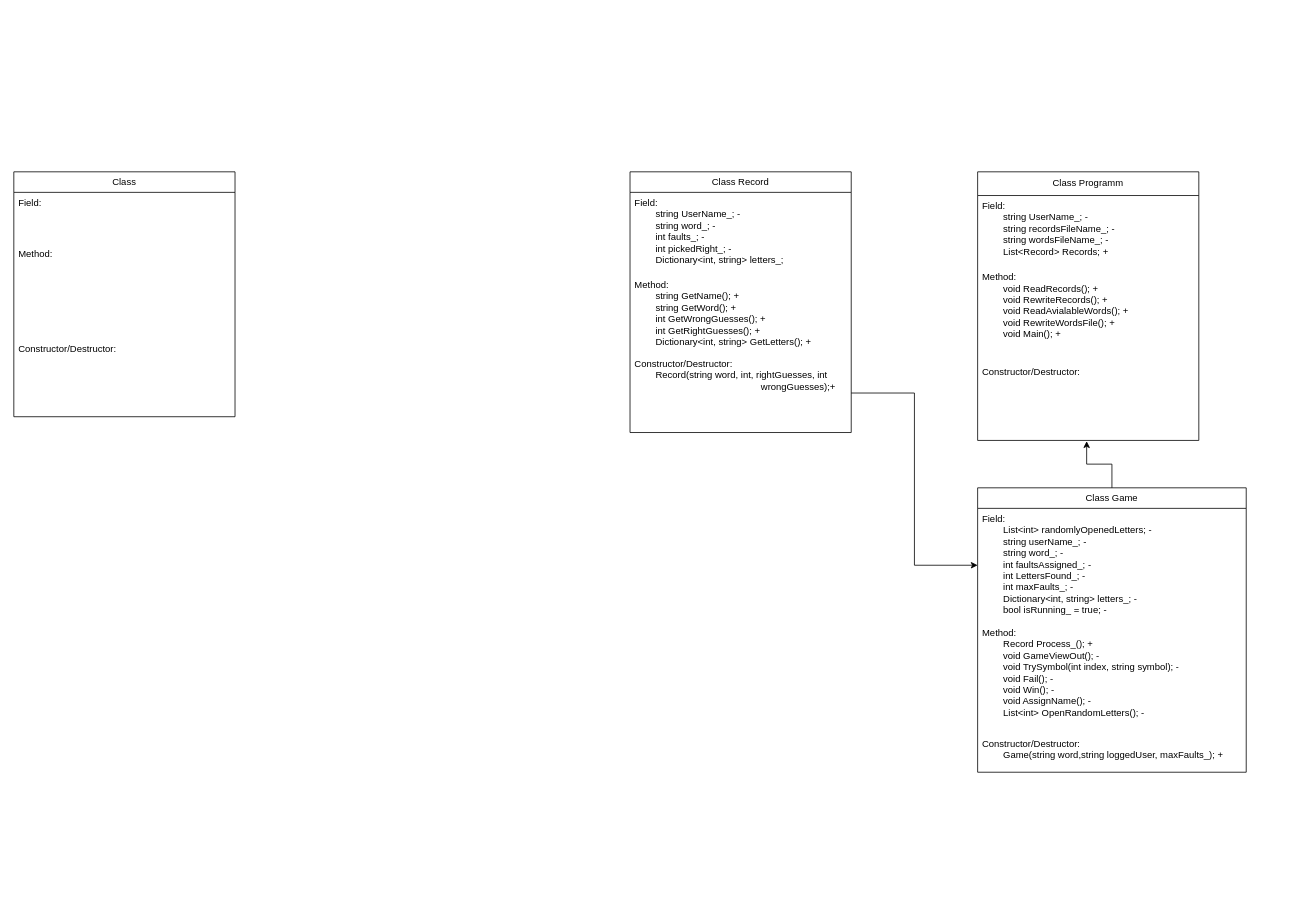
Earlier version of the draw.io diagram Hanged Man UML.drawio (RiftSquadronFounder/Hanged-Man). Source tidied: cells renumbered, new cells numbered last; positions are measured from the earlier drawing's top-left corner, leaving out a move shared by most shapes. Both pictures are drawn from the tidied source at 79%, with x=0, y=0 at pixel (13, 171).
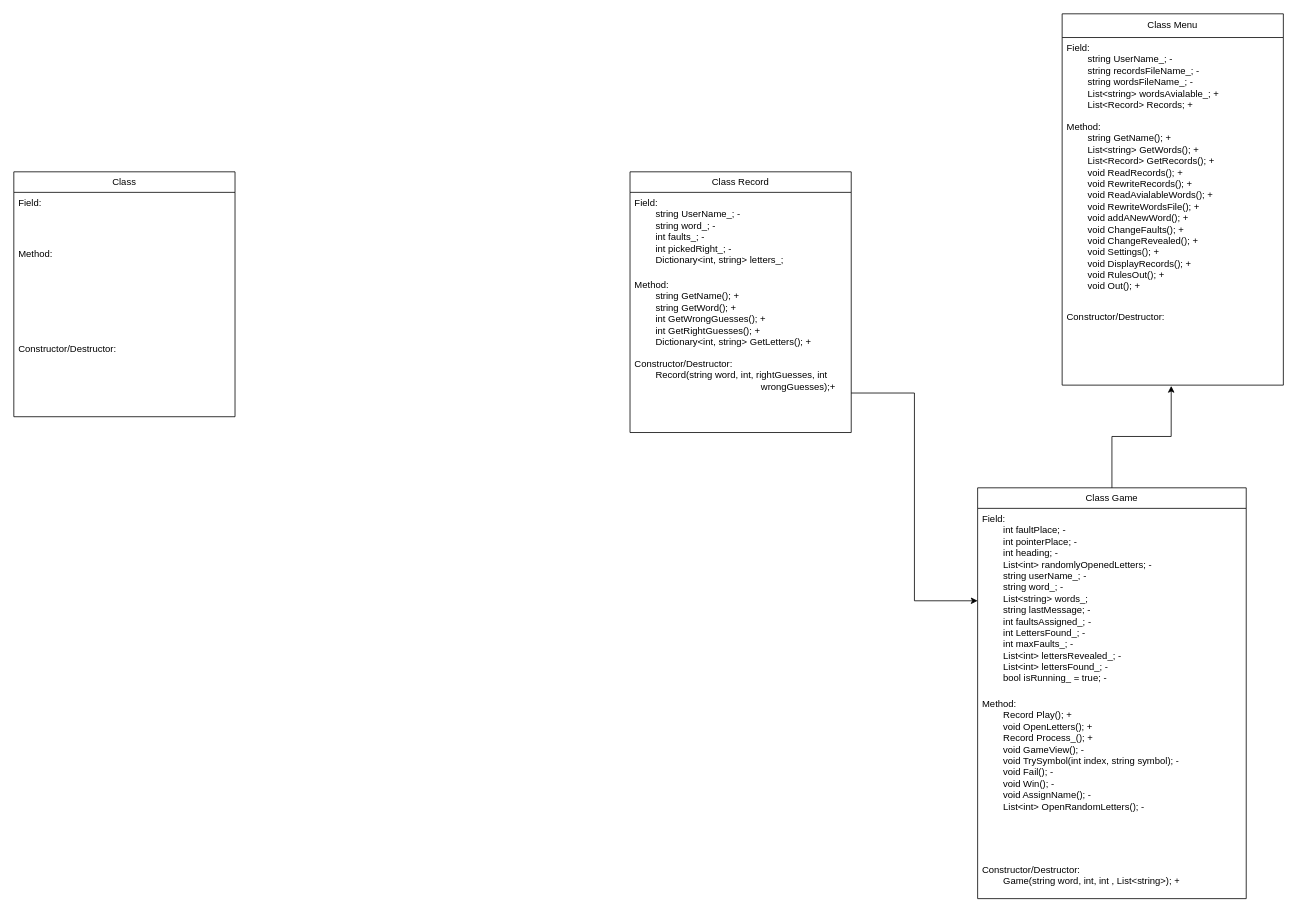
Above is the later version.

Change to the diagram source:
```diff
@@
 <mxGraphModel>
   <root>
     <mxCell id="0" />
     <mxCell id="1" parent="0" />
     <mxCell id="2" value="Class" style="swimlane;fontStyle=0;horizontal=1;startSize=26;fillColor=none;whiteSpace=wrap;html=1;" parent="1" vertex="1">
       <mxGeometry width="280" height="310" as="geometry" />
     </mxCell>
     <mxCell id="3" value="Field:&amp;nbsp;" style="text;strokeColor=none;fillColor=none;align=left;verticalAlign=top;spacingLeft=4;spacingRight=4;overflow=hidden;whiteSpace=wrap;html=1;" parent="2" vertex="1">
       <mxGeometry y="26" width="280" height="64" as="geometry" />
     </mxCell>
     <mxCell id="4" value="Method:" style="text;strokeColor=none;fillColor=none;align=left;verticalAlign=top;spacingLeft=4;spacingRight=4;overflow=hidden;whiteSpace=wrap;html=1;" parent="2" vertex="1">
       <mxGeometry y="90" width="280" height="120" as="geometry" />
     </mxCell>
     <mxCell id="5" value="Constructor/Destructor:" style="text;strokeColor=none;fillColor=none;align=left;verticalAlign=top;spacingLeft=4;spacingRight=4;overflow=hidden;whiteSpace=wrap;html=1;" parent="2" vertex="1">
       <mxGeometry y="210" width="280" height="100" as="geometry" />
     </mxCell>
-    <mxCell id="6" value="Class Programm" style="swimlane;fontStyle=0;horizontal=1;startSize=30;fillColor=none;whiteSpace=wrap;html=1;" parent="1" vertex="1">
-      <mxGeometry x="1220" width="280" height="340" as="geometry" />
+    <mxCell id="6" value="Class Menu" style="swimlane;fontStyle=0;horizontal=1;startSize=30;fillColor=none;whiteSpace=wrap;html=1;" parent="1" vertex="1">
+      <mxGeometry x="1327" y="-200" width="280" height="470" as="geometry" />
     </mxCell>
-    <mxCell id="7" value="Field:&amp;nbsp;&lt;div&gt;&lt;span style=&quot;white-space: pre;&quot;&gt;&#9;&lt;/span&gt;string UserName_; -&lt;br&gt;&lt;/div&gt;&lt;div&gt;&lt;span style=&quot;white-space: pre;&quot;&gt;&#9;&lt;/span&gt;string recordsFileName_; -&lt;/div&gt;&lt;div&gt;&lt;span style=&quot;white-space: pre;&quot;&gt;&#9;&lt;/span&gt;string wordsFileName_; -&lt;br&gt;&lt;/div&gt;&lt;div&gt;&lt;span style=&quot;white-space: pre;&quot;&gt;&#9;&lt;/span&gt;List&amp;lt;Record&amp;gt; Records; +&lt;br&gt;&lt;/div&gt;&lt;div&gt;&lt;span style=&quot;white-space: pre;&quot;&gt;&#9;&lt;/span&gt;&lt;br&gt;&lt;/div&gt;" style="text;strokeColor=none;fillColor=none;align=left;verticalAlign=top;spacingLeft=4;spacingRight=4;overflow=hidden;whiteSpace=wrap;html=1;" parent="6" vertex="1">
-      <mxGeometry y="30" width="280" height="90" as="geometry" />
+    <mxCell id="7" value="Field:&amp;nbsp;&lt;div&gt;&lt;span style=&quot;white-space: pre;&quot;&gt;&#9;&lt;/span&gt;&lt;span style=&quot;background-color: transparent; color: light-dark(rgb(0, 0, 0), rgb(255, 255, 255));&quot;&gt;string UserName_; -&lt;/span&gt;&lt;/div&gt;&lt;div&gt;&lt;span style=&quot;white-space: pre;&quot;&gt;&#9;&lt;/span&gt;string recordsFileName_; -&lt;/div&gt;&lt;div&gt;&lt;span style=&quot;white-space: pre;&quot;&gt;&#9;&lt;/span&gt;string wordsFileName_; -&lt;br&gt;&lt;/div&gt;&lt;div&gt;&lt;span style=&quot;white-space: pre;&quot;&gt;&#9;&lt;/span&gt;List&amp;lt;string&amp;gt; wordsAvialable_; +&lt;br&gt;&lt;/div&gt;&lt;div&gt;&lt;span style=&quot;white-space: pre;&quot;&gt;&#9;&lt;/span&gt;List&amp;lt;Record&amp;gt; Records; +&lt;/div&gt;&lt;div&gt;&lt;span style=&quot;white-space: pre;&quot;&gt;&#9;&lt;/span&gt;&lt;br&gt;&lt;/div&gt;" style="text;strokeColor=none;fillColor=none;align=left;verticalAlign=top;spacingLeft=4;spacingRight=4;overflow=hidden;whiteSpace=wrap;html=1;" parent="6" vertex="1">
+      <mxGeometry y="30" width="280" height="100" as="geometry" />
     </mxCell>
-    <mxCell id="8" value="Method:&lt;div&gt;&lt;div&gt;&lt;div&gt;&lt;span style=&quot;white-space: pre;&quot;&gt;&#9;&lt;/span&gt;&lt;span style=&quot;background-color: transparent; color: light-dark(rgb(0, 0, 0), rgb(255, 255, 255));&quot;&gt;void ReadRecords(); +&lt;/span&gt;&lt;br&gt;&lt;/div&gt;&lt;div&gt;&lt;span style=&quot;white-space: pre;&quot;&gt;&#9;&lt;/span&gt;void RewriteRecords(); +&lt;br&gt;&lt;div&gt;&lt;span style=&quot;white-space: pre;&quot;&gt;&#9;&lt;/span&gt;void ReadAvialableWords(); +&lt;br&gt;&lt;/div&gt;&lt;div&gt;&lt;span style=&quot;white-space: pre;&quot;&gt;&#9;&lt;/span&gt;void RewriteWordsFile(); +&lt;/div&gt;&lt;/div&gt;&lt;/div&gt;&lt;div&gt;&lt;span style=&quot;white-space: pre;&quot;&gt;&#9;&lt;/span&gt;void Main(); +&lt;br&gt;&lt;/div&gt;&lt;/div&gt;" style="text;strokeColor=none;fillColor=none;align=left;verticalAlign=top;spacingLeft=4;spacingRight=4;overflow=hidden;whiteSpace=wrap;html=1;" parent="6" vertex="1">
-      <mxGeometry y="120" width="280" height="120" as="geometry" />
+    <mxCell id="8" value="Method:&lt;div&gt;&lt;span style=&quot;white-space: pre;&quot;&gt;&#9;&lt;/span&gt;string GetName(); +&lt;/div&gt;&lt;div&gt;&lt;span style=&quot;white-space: pre;&quot;&gt;&#9;&lt;/span&gt;List&amp;lt;string&amp;gt; GetWords(); +&lt;/div&gt;&lt;div&gt;&lt;span style=&quot;white-space: pre;&quot;&gt;&#9;&lt;/span&gt;List&amp;lt;Record&amp;gt; GetRecords(); +&lt;br&gt;&lt;div&gt;&lt;div&gt;&lt;div&gt;&lt;span style=&quot;white-space: pre;&quot;&gt;&#9;&lt;/span&gt;&lt;span style=&quot;background-color: transparent; color: light-dark(rgb(0, 0, 0), rgb(255, 255, 255));&quot;&gt;void ReadRecords(); +&lt;/span&gt;&lt;br&gt;&lt;/div&gt;&lt;div&gt;&lt;span style=&quot;white-space: pre;&quot;&gt;&#9;&lt;/span&gt;void RewriteRecords(); +&lt;br&gt;&lt;div&gt;&lt;span style=&quot;white-space: pre;&quot;&gt;&#9;&lt;/span&gt;void ReadAvialableWords(); +&lt;br&gt;&lt;/div&gt;&lt;div&gt;&lt;span style=&quot;white-space: pre;&quot;&gt;&#9;&lt;/span&gt;void RewriteWordsFile(); +&lt;/div&gt;&lt;/div&gt;&lt;/div&gt;&lt;div&gt;&lt;span style=&quot;white-space: pre;&quot;&gt;&#9;&lt;/span&gt;void addANewWord(); +&lt;br&gt;&lt;/div&gt;&lt;div&gt;&lt;span style=&quot;white-space: pre;&quot;&gt;&#9;&lt;/span&gt;void ChangeFaults(); +&lt;br&gt;&lt;/div&gt;&lt;div&gt;&lt;span style=&quot;white-space: pre;&quot;&gt;&#9;&lt;/span&gt;void ChangeRevealed(); +&lt;br&gt;&lt;/div&gt;&lt;div&gt;&lt;span style=&quot;white-space: pre;&quot;&gt;&#9;&lt;/span&gt;void Settings(); +&lt;br&gt;&lt;/div&gt;&lt;div&gt;&lt;span style=&quot;white-space: pre;&quot;&gt;&#9;&lt;/span&gt;void DisplayRecords(); +&lt;br&gt;&lt;/div&gt;&lt;div&gt;&lt;span style=&quot;white-space: pre;&quot;&gt;&#9;&lt;/span&gt;void RulesOut(); +&lt;span style=&quot;white-space: pre;&quot;&gt;&#9;&lt;/span&gt;&lt;br&gt;&lt;/div&gt;&lt;div&gt;&lt;span style=&quot;white-space: pre;&quot;&gt;&#9;&lt;/span&gt;void Out(); +&lt;br&gt;&lt;/div&gt;&lt;/div&gt;&lt;/div&gt;" style="text;strokeColor=none;fillColor=none;align=left;verticalAlign=top;spacingLeft=4;spacingRight=4;overflow=hidden;whiteSpace=wrap;html=1;" parent="6" vertex="1">
+      <mxGeometry y="130" width="280" height="240" as="geometry" />
     </mxCell>
     <mxCell id="9" value="Constructor/Destructor:" style="text;strokeColor=none;fillColor=none;align=left;verticalAlign=top;spacingLeft=4;spacingRight=4;overflow=hidden;points=[[0,0.5],[1,0.5]];portConstraint=eastwest;whiteSpace=wrap;html=1;" parent="6" vertex="1">
-      <mxGeometry y="240" width="280" height="100" as="geometry" />
+      <mxGeometry y="370" width="280" height="100" as="geometry" />
     </mxCell>
     <mxCell id="10" value="Class Game" style="swimlane;fontStyle=0;horizontal=1;startSize=26;fillColor=none;whiteSpace=wrap;html=1;" parent="1" vertex="1">
-      <mxGeometry x="1220" y="400" width="340" height="360" as="geometry" />
+      <mxGeometry x="1220" y="400" width="340" height="520" as="geometry" />
     </mxCell>
-    <mxCell id="11" value="Field:&lt;div&gt;&lt;span style=&quot;white-space: pre;&quot;&gt;&#9;&lt;/span&gt;List&amp;lt;int&amp;gt; randomlyOpenedLetters; -&lt;br&gt;&lt;div&gt;&lt;span style=&quot;white-space: pre;&quot;&gt;&#9;&lt;/span&gt;string userName_; -&amp;nbsp;&lt;div&gt;&lt;span style=&quot;white-space: pre;&quot;&gt;&#9;&lt;/span&gt;string word_; -&lt;br&gt;&lt;/div&gt;&lt;div&gt;&lt;span style=&quot;white-space: pre;&quot;&gt;&#9;&lt;/span&gt;int faultsAssigned_; -&lt;br&gt;&lt;/div&gt;&lt;div&gt;&lt;span style=&quot;white-space: pre;&quot;&gt;&#9;&lt;/span&gt;int LettersFound_; -&lt;br&gt;&lt;/div&gt;&lt;div&gt;&lt;span style=&quot;white-space: pre;&quot;&gt;&#9;&lt;/span&gt;int maxFaults_; -&lt;/div&gt;&lt;/div&gt;&lt;div&gt;&lt;span style=&quot;white-space: pre;&quot;&gt;&#9;&lt;/span&gt;&lt;span style=&quot;background-color: transparent; color: light-dark(rgb(0, 0, 0), rgb(255, 255, 255));&quot;&gt;Dictionary&amp;lt;int, string&amp;gt; letters_; -&lt;/span&gt;&lt;br&gt;&lt;/div&gt;&lt;/div&gt;&lt;div&gt;&lt;span style=&quot;background-color: transparent; color: light-dark(rgb(0, 0, 0), rgb(255, 255, 255));&quot;&gt;&lt;span style=&quot;white-space: pre;&quot;&gt;&#9;&lt;/span&gt;bool isRunning_ = true; -&lt;br&gt;&lt;/span&gt;&lt;/div&gt;" style="text;strokeColor=none;fillColor=none;align=left;verticalAlign=top;spacingLeft=4;spacingRight=4;overflow=hidden;points=[[0,0.5],[1,0.5]];portConstraint=eastwest;whiteSpace=wrap;html=1;" parent="10" vertex="1">
-      <mxGeometry y="26" width="340" height="144" as="geometry" />
+    <mxCell id="11" value="Field:&lt;div&gt;&lt;span style=&quot;white-space: pre;&quot;&gt;&#9;&lt;/span&gt;int faultPlace; -&lt;/div&gt;&lt;div&gt;&lt;span style=&quot;white-space: pre;&quot;&gt;&#9;&lt;/span&gt;int pointerPlace; -&lt;br&gt;&lt;/div&gt;&lt;div&gt;&lt;span style=&quot;white-space: pre;&quot;&gt;&#9;&lt;/span&gt;int heading; -&lt;/div&gt;&lt;div&gt;&lt;div&gt;&lt;span style=&quot;white-space: pre;&quot;&gt;&#9;&lt;/span&gt;List&amp;lt;int&amp;gt; randomlyOpenedLetters; -&lt;div&gt;&lt;span style=&quot;white-space: pre;&quot;&gt;&#9;&lt;/span&gt;string userName_; -&amp;nbsp;&lt;div&gt;&lt;span style=&quot;white-space: pre;&quot;&gt;&#9;&lt;/span&gt;string word_; -&lt;br&gt;&lt;/div&gt;&lt;div&gt;&lt;span style=&quot;white-space: pre;&quot;&gt;&#9;&lt;/span&gt;List&amp;lt;string&amp;gt; words_;&lt;br&gt;&lt;/div&gt;&lt;div&gt;&lt;span style=&quot;white-space: pre;&quot;&gt;&#9;&lt;/span&gt;string lastMessage; -&lt;br&gt;&lt;/div&gt;&lt;div&gt;&lt;span style=&quot;white-space: pre;&quot;&gt;&#9;&lt;/span&gt;int faultsAssigned_; -&lt;br&gt;&lt;/div&gt;&lt;div&gt;&lt;span style=&quot;white-space: pre;&quot;&gt;&#9;&lt;/span&gt;int LettersFound_; -&lt;br&gt;&lt;/div&gt;&lt;div&gt;&lt;span style=&quot;white-space: pre;&quot;&gt;&#9;&lt;/span&gt;int maxFaults_; -&lt;/div&gt;&lt;/div&gt;&lt;div&gt;&lt;span style=&quot;white-space: pre;&quot;&gt;&#9;&lt;/span&gt;List&amp;lt;int&amp;gt; lettersRevealed_; -&lt;br&gt;&lt;/div&gt;&lt;div&gt;&lt;span style=&quot;white-space: pre;&quot;&gt;&#9;&lt;/span&gt;List&amp;lt;int&amp;gt; lettersFound_; -&lt;br&gt;&lt;/div&gt;&lt;/div&gt;&lt;div&gt;&lt;span style=&quot;background-color: transparent; color: light-dark(rgb(0, 0, 0), rgb(255, 255, 255));&quot;&gt;&lt;span style=&quot;white-space: pre;&quot;&gt;&#9;&lt;/span&gt;bool isRunning_ = true; -&lt;br&gt;&lt;/span&gt;&lt;/div&gt;&lt;/div&gt;" style="text;strokeColor=none;fillColor=none;align=left;verticalAlign=top;spacingLeft=4;spacingRight=4;overflow=hidden;points=[[0,0.5],[1,0.5]];portConstraint=eastwest;whiteSpace=wrap;html=1;" parent="10" vertex="1">
+      <mxGeometry y="26" width="340" height="234" as="geometry" />
     </mxCell>
-    <mxCell id="12" value="Method:&lt;div&gt;&lt;div&gt;&lt;span style=&quot;white-space: pre;&quot;&gt;&#9;&lt;/span&gt;Record Process_(); +&lt;br&gt;&lt;div&gt;&lt;span style=&quot;white-space: pre;&quot;&gt;&#9;&lt;/span&gt;void&amp;nbsp;GameViewOut(); -&lt;br&gt;&lt;/div&gt;&lt;div&gt;&lt;span style=&quot;white-space: pre;&quot;&gt;&#9;&lt;/span&gt;void TrySymbol(int index, string symbol); -&lt;br&gt;&lt;/div&gt;&lt;div&gt;&lt;span style=&quot;white-space: pre;&quot;&gt;&#9;&lt;/span&gt;void Fail(); -&lt;br&gt;&lt;/div&gt;&lt;div&gt;&lt;span style=&quot;white-space: pre;&quot;&gt;&#9;&lt;/span&gt;void Win(); -&lt;/div&gt;&lt;div&gt;&lt;span style=&quot;white-space: pre;&quot;&gt;&#9;&lt;/span&gt;void AssignName(); -&lt;br&gt;&lt;/div&gt;&lt;/div&gt;&lt;div&gt;&lt;span style=&quot;white-space: pre;&quot;&gt;&#9;&lt;/span&gt;List&amp;lt;int&amp;gt; OpenRandomLetters(); -&lt;br&gt;&lt;/div&gt;&lt;/div&gt;" style="text;strokeColor=none;fillColor=none;align=left;verticalAlign=top;spacingLeft=4;spacingRight=4;overflow=hidden;whiteSpace=wrap;html=1;" parent="10" vertex="1">
-      <mxGeometry y="170" width="340" height="140" as="geometry" />
+    <mxCell id="12" value="Method:&lt;div&gt;&lt;span style=&quot;white-space: pre;&quot;&gt;&#9;&lt;/span&gt;Record Play(); +&lt;/div&gt;&lt;div&gt;&lt;span style=&quot;white-space: pre;&quot;&gt;&#9;&lt;/span&gt;void OpenLetters(); +&lt;/div&gt;&lt;div&gt;&lt;div&gt;&lt;div&gt;&lt;span style=&quot;white-space: pre;&quot;&gt;&#9;&lt;/span&gt;Record Process_(); +&lt;br&gt;&lt;div&gt;&lt;span style=&quot;white-space: pre;&quot;&gt;&#9;&lt;/span&gt;void&amp;nbsp;GameView(); -&lt;br&gt;&lt;/div&gt;&lt;div&gt;&lt;span style=&quot;white-space: pre;&quot;&gt;&#9;&lt;/span&gt;void TrySymbol(int index, string symbol); -&lt;br&gt;&lt;/div&gt;&lt;div&gt;&lt;span style=&quot;white-space: pre;&quot;&gt;&#9;&lt;/span&gt;void Fail(); -&lt;br&gt;&lt;/div&gt;&lt;div&gt;&lt;span style=&quot;white-space: pre;&quot;&gt;&#9;&lt;/span&gt;void Win(); -&lt;/div&gt;&lt;div&gt;&lt;span style=&quot;white-space: pre;&quot;&gt;&#9;&lt;/span&gt;void AssignName(); -&lt;br&gt;&lt;/div&gt;&lt;/div&gt;&lt;div&gt;&lt;span style=&quot;white-space: pre;&quot;&gt;&#9;&lt;/span&gt;List&amp;lt;int&amp;gt; OpenRandomLetters(); -&lt;br&gt;&lt;/div&gt;&lt;/div&gt;&lt;/div&gt;" style="text;strokeColor=none;fillColor=none;align=left;verticalAlign=top;spacingLeft=4;spacingRight=4;overflow=hidden;whiteSpace=wrap;html=1;" parent="10" vertex="1">
+      <mxGeometry y="260" width="340" height="210" as="geometry" />
     </mxCell>
-    <mxCell id="13" value="Constructor/Destructor:&lt;div&gt;&lt;span style=&quot;white-space: pre;&quot;&gt;&#9;&lt;/span&gt;Game(string word,string loggedUser, maxFaults_); +&lt;br&gt;&lt;/div&gt;" style="text;strokeColor=none;fillColor=none;align=left;verticalAlign=top;spacingLeft=4;spacingRight=4;overflow=hidden;whiteSpace=wrap;html=1;" parent="10" vertex="1">
-      <mxGeometry y="310" width="340" height="50" as="geometry" />
+    <mxCell id="13" value="Constructor/Destructor:&lt;div&gt;&lt;span style=&quot;white-space: pre;&quot;&gt;&#9;&lt;/span&gt;Game(string word, int, int , List&amp;lt;string&amp;gt;); +&lt;br&gt;&lt;/div&gt;" style="text;strokeColor=none;fillColor=none;align=left;verticalAlign=top;spacingLeft=4;spacingRight=4;overflow=hidden;whiteSpace=wrap;html=1;" parent="10" vertex="1">
+      <mxGeometry y="470" width="340" height="50" as="geometry" />
     </mxCell>
     <mxCell id="14" style="edgeStyle=orthogonalEdgeStyle;rounded=0;jettySize=auto;html=1;entryX=0.493;entryY=1.01;entryDx=0;entryDy=0;entryPerimeter=0;" parent="1" edge="1" source="10" target="9">
       <mxGeometry relative="1" as="geometry" />
     </mxCell>
     <mxCell id="15" value="Class Record" style="swimlane;fontStyle=0;horizontal=1;startSize=26;fillColor=none;whiteSpace=wrap;html=1;" parent="1" vertex="1">
       <mxGeometry x="780" width="280" height="330" as="geometry" />
     </mxCell>
     <mxCell id="16" value="Field:&amp;nbsp;&lt;div&gt;&lt;span style=&quot;white-space: pre;&quot;&gt;&#9;&lt;/span&gt;string UserName_; -&lt;br&gt;&lt;div&gt;&lt;span style=&quot;white-space: pre;&quot;&gt;&#9;&lt;/span&gt;string word_; -&lt;br&gt;&lt;/div&gt;&lt;div&gt;&lt;span style=&quot;white-space: pre;&quot;&gt;&#9;&lt;/span&gt;int faults_; -&lt;br&gt;&lt;/div&gt;&lt;div&gt;&lt;span style=&quot;white-space: pre;&quot;&gt;&#9;&lt;/span&gt;int pickedRight_; -&lt;br&gt;&lt;/div&gt;&lt;/div&gt;&lt;div&gt;&lt;span style=&quot;white-space: pre;&quot;&gt;&#9;&lt;/span&gt;Dictionary&amp;lt;int, string&amp;gt; letters_;&lt;br&gt;&lt;/div&gt;" style="text;strokeColor=none;fillColor=none;align=left;verticalAlign=top;spacingLeft=4;spacingRight=4;overflow=hidden;whiteSpace=wrap;html=1;" parent="15" vertex="1">
       <mxGeometry y="26" width="280" height="104" as="geometry" />
     </mxCell>
     <mxCell id="17" value="Method:&lt;div&gt;&lt;span style=&quot;white-space: pre;&quot;&gt;&#9;&lt;/span&gt;string GetName(); +&lt;br&gt;&lt;div&gt;&lt;span style=&quot;white-space: pre;&quot;&gt;&#9;&lt;/span&gt;string GetWord(); +&lt;br&gt;&lt;/div&gt;&lt;div&gt;&lt;span style=&quot;white-space: pre;&quot;&gt;&#9;&lt;/span&gt;int GetWrongGuesses(); +&lt;br&gt;&lt;/div&gt;&lt;div&gt;&lt;span style=&quot;white-space: pre;&quot;&gt;&#9;&lt;/span&gt;int GetRightGuesses(); +&lt;br&gt;&lt;/div&gt;&lt;/div&gt;&lt;div&gt;&lt;span style=&quot;white-space: pre;&quot;&gt;&#9;&lt;/span&gt;Dictionary&amp;lt;int, string&amp;gt; GetLetters(); +&lt;br&gt;&lt;/div&gt;" style="text;strokeColor=none;fillColor=none;align=left;verticalAlign=top;spacingLeft=4;spacingRight=4;overflow=hidden;whiteSpace=wrap;html=1;" parent="15" vertex="1">
       <mxGeometry y="130" width="280" height="100" as="geometry" />
     </mxCell>
     <mxCell id="18" value="Constructor/Destructor:&lt;div&gt;&lt;span style=&quot;white-space: pre;&quot;&gt;&#9;&lt;/span&gt;Record(string word, int, rightGuesses, int &lt;span style=&quot;white-space: pre;&quot;&gt;&#9;&lt;/span&gt;&lt;span style=&quot;white-space: pre;&quot;&gt;&#9;&lt;/span&gt;&lt;span style=&quot;white-space: pre;&quot;&gt;&#9;&lt;/span&gt;&lt;span style=&quot;white-space: pre;&quot;&gt;&#9;&lt;/span&gt;&lt;span style=&quot;white-space: pre;&quot;&gt;&#9;&lt;/span&gt;&lt;span style=&quot;white-space: pre;&quot;&gt;&#9;&lt;/span&gt;wrongGuesses);+&lt;br&gt;&lt;/div&gt;" style="text;strokeColor=none;fillColor=none;align=left;verticalAlign=top;spacingLeft=4;spacingRight=4;overflow=hidden;points=[[0,0.5],[1,0.5]];portConstraint=eastwest;whiteSpace=wrap;html=1;" parent="15" vertex="1">
       <mxGeometry y="230" width="280" height="100" as="geometry" />
     </mxCell>
     <mxCell id="19" style="edgeStyle=orthogonalEdgeStyle;rounded=0;jettySize=auto;html=1;entryX=0;entryY=0.5;entryDx=0;entryDy=0;" parent="1" edge="1" source="18" target="11">
       <mxGeometry relative="1" as="geometry" />
     </mxCell>
   </root>
 </mxGraphModel>
```
